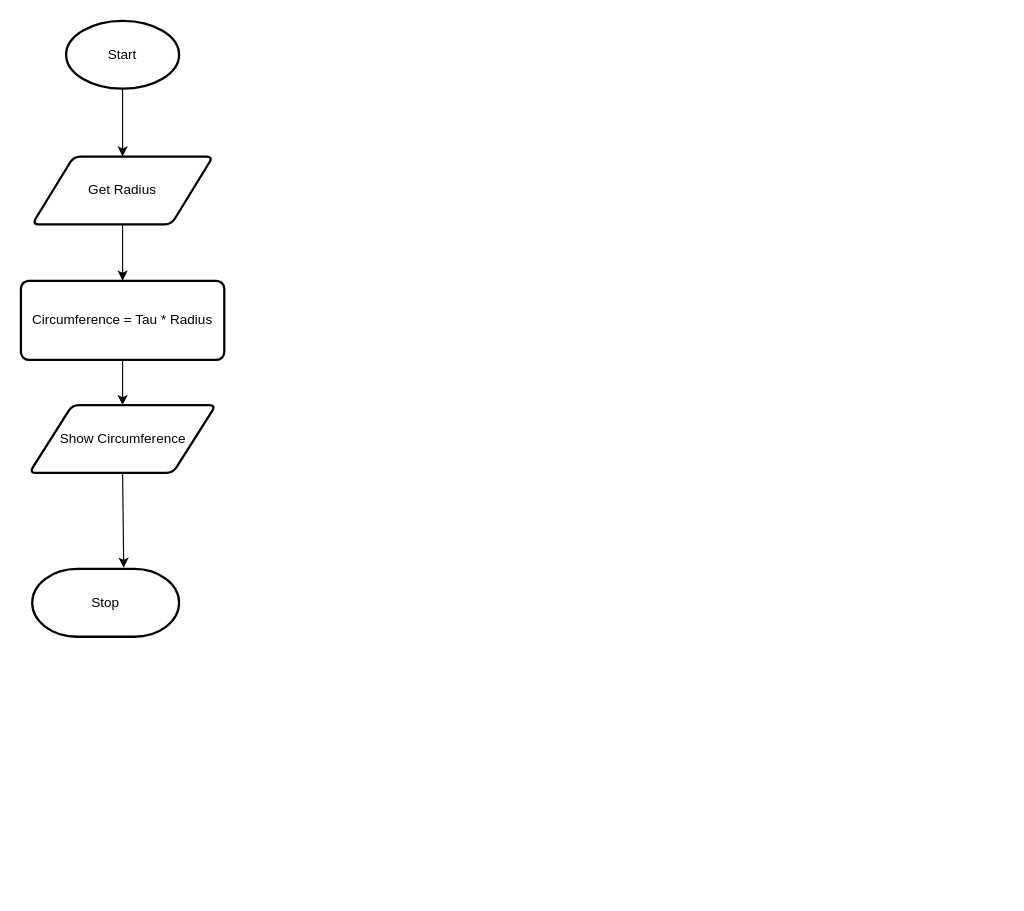
The draw.io diagram flowchart.drawio in Ethan-Prieur1/ICS3U-Unit3-04-Python, before the edit. Source tidied: cells renumbered, new cells numbered last; positions are measured from the earlier drawing's top-left corner, leaving out a move shared by most shapes. Both pictures are drawn from the tidied source at 113%, with x=0, y=0 at pixel (20, 20).
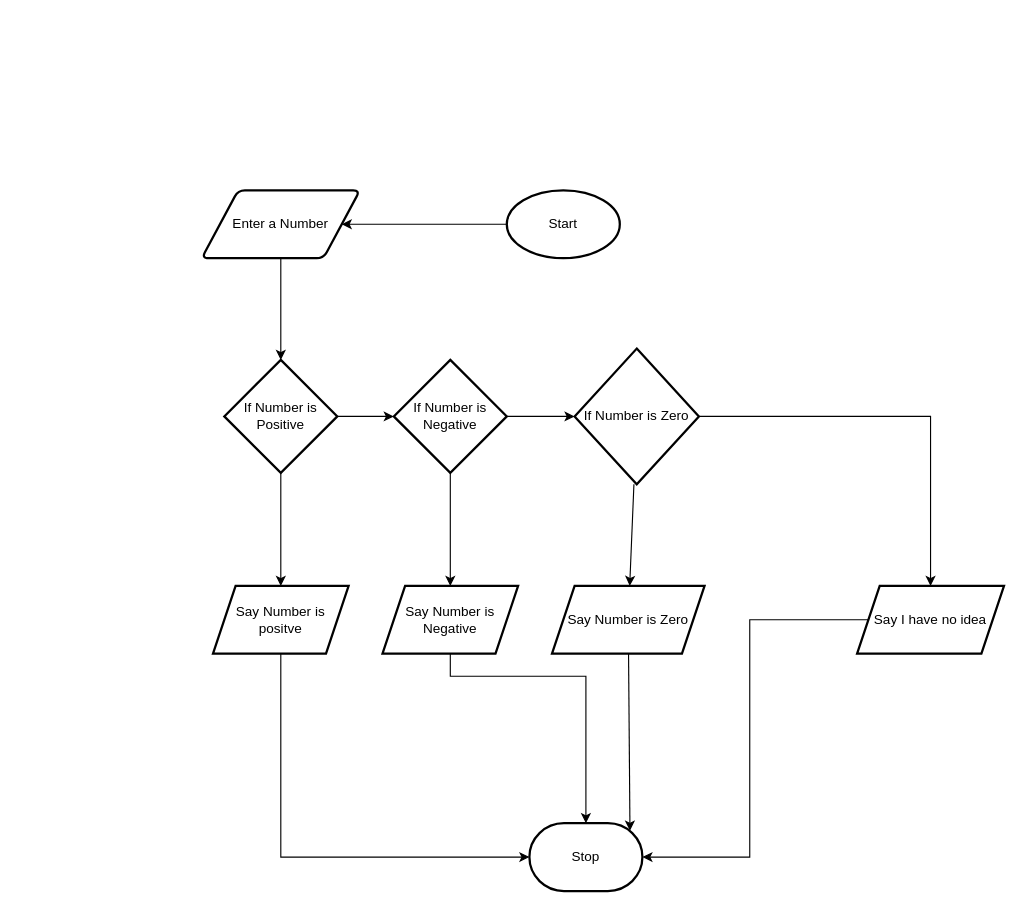
The same page after the edit.

The edit, as a diff of the source:
```diff
@@
-    <mxCell id="2" style="edgeStyle=none;html=1;exitX=0.5;exitY=1;exitDx=0;exitDy=0;exitPerimeter=0;entryX=0.5;entryY=0;entryDx=0;entryDy=0;" parent="1" edge="1" source="3" target="5">
-      <mxGeometry relative="1" as="geometry" />
-    </mxCell>
+    <mxCell id="11" style="edgeStyle=none;html=1;" parent="1" edge="1" source="3" target="8">
+      <mxGeometry relative="1" as="geometry" />
+    </mxCell>
     <mxCell id="3" value="Start" style="strokeWidth=2;html=1;shape=mxgraph.flowchart.start_1;whiteSpace=wrap;" parent="1" vertex="1">
-      <mxGeometry x="40" width="100" height="60" as="geometry" />
+      <mxGeometry x="430" y="150" width="100" height="60" as="geometry" />
     </mxCell>
-    <mxCell id="4" style="edgeStyle=none;html=1;exitX=0.5;exitY=1;exitDx=0;exitDy=0;entryX=0.5;entryY=0;entryDx=0;entryDy=0;" parent="1" edge="1" source="5" target="7">
-      <mxGeometry relative="1" as="geometry" />
-    </mxCell>
-    <mxCell id="5" value="Get Radius" style="shape=parallelogram;html=1;strokeWidth=2;perimeter=parallelogramPerimeter;whiteSpace=wrap;rounded=1;arcSize=12;size=0.23;" parent="1" vertex="1">
-      <mxGeometry x="10" y="120" width="160" height="60" as="geometry" />
-    </mxCell>
-    <mxCell id="6" style="edgeStyle=none;html=1;exitX=0.5;exitY=1;exitDx=0;exitDy=0;entryX=0.5;entryY=0;entryDx=0;entryDy=0;" parent="1" edge="1" source="7" target="9">
-      <mxGeometry relative="1" as="geometry" />
-    </mxCell>
-    <mxCell id="7" value="Circumference = Tau * Radius" style="rounded=1;whiteSpace=wrap;html=1;absoluteArcSize=1;arcSize=14;strokeWidth=2;" parent="1" vertex="1">
-      <mxGeometry y="230" width="180" height="70" as="geometry" />
-    </mxCell>
+    <mxCell id="12" style="edgeStyle=none;html=1;" parent="1" edge="1" source="8" target="15">
+      <mxGeometry relative="1" as="geometry" />
+    </mxCell>
-    <mxCell id="8" style="edgeStyle=none;html=1;exitX=0.5;exitY=1;exitDx=0;exitDy=0;entryX=0.623;entryY=-0.017;entryDx=0;entryDy=0;entryPerimeter=0;" parent="1" edge="1" source="9" target="10">
-      <mxGeometry relative="1" as="geometry" />
+    <mxCell id="8" value="Enter a Number" style="shape=parallelogram;html=1;strokeWidth=2;perimeter=parallelogramPerimeter;whiteSpace=wrap;rounded=1;arcSize=12;size=0.23;" parent="1" vertex="1">
+      <mxGeometry x="160" y="150" width="140" height="60" as="geometry" />
     </mxCell>
-    <mxCell id="9" value="Show Circumference" style="shape=parallelogram;html=1;strokeWidth=2;perimeter=parallelogramPerimeter;whiteSpace=wrap;rounded=1;arcSize=12;size=0.23;" parent="1" vertex="1">
-      <mxGeometry x="7.5" y="340" width="165" height="60" as="geometry" />
-    </mxCell>
+    <mxCell id="13" style="edgeStyle=none;html=1;" parent="1" edge="1" source="15" target="18">
+      <mxGeometry relative="1" as="geometry" />
+    </mxCell>
+    <mxCell id="14" style="edgeStyle=none;html=1;" parent="1" edge="1" source="15" target="22">
+      <mxGeometry relative="1" as="geometry" />
+    </mxCell>
+    <mxCell id="15" value="If Number is Positive" style="strokeWidth=2;html=1;shape=mxgraph.flowchart.decision;whiteSpace=wrap;" parent="1" vertex="1">
+      <mxGeometry x="180" y="300" width="100" height="100" as="geometry" />
+    </mxCell>
+    <mxCell id="16" style="edgeStyle=none;html=1;" parent="1" edge="1" source="18" target="21">
+      <mxGeometry relative="1" as="geometry" />
+    </mxCell>
+    <mxCell id="17" style="edgeStyle=none;html=1;" parent="1" edge="1" source="18" target="24">
+      <mxGeometry relative="1" as="geometry" />
+    </mxCell>
+    <mxCell id="18" value="If Number is Negative" style="strokeWidth=2;html=1;shape=mxgraph.flowchart.decision;whiteSpace=wrap;" parent="1" vertex="1">
+      <mxGeometry x="330" y="300" width="100" height="100" as="geometry" />
+    </mxCell>
+    <mxCell id="19" style="edgeStyle=none;html=1;" parent="1" edge="1" source="21" target="26">
+      <mxGeometry relative="1" as="geometry" />
+    </mxCell>
+    <mxCell id="20" style="edgeStyle=none;html=1;rounded=0;" parent="1" edge="1" source="21" target="28">
+      <mxGeometry relative="1" as="geometry">
+        <Array as="points">
+          <mxPoint x="600" y="350" />
+          <mxPoint x="805" y="350" />
+        </Array>
+      </mxGeometry>
+    </mxCell>
+    <mxCell id="21" value="If Number is Zero" style="strokeWidth=2;html=1;shape=mxgraph.flowchart.decision;whiteSpace=wrap;" parent="1" vertex="1">
+      <mxGeometry x="490" y="290" width="110" height="120" as="geometry" />
+    </mxCell>
+    <mxCell id="22" value="Say Number is positve" style="shape=parallelogram;perimeter=parallelogramPerimeter;whiteSpace=wrap;html=1;fixedSize=1;strokeWidth=2;" parent="1" vertex="1">
+      <mxGeometry x="170" y="500" width="120" height="60" as="geometry" />
+    </mxCell>
+    <mxCell id="23" style="edgeStyle=orthogonalEdgeStyle;rounded=0;html=1;entryX=0.5;entryY=0;entryDx=0;entryDy=0;entryPerimeter=0;" parent="1" edge="1" source="24" target="10">
+      <mxGeometry relative="1" as="geometry">
+        <Array as="points">
+          <mxPoint x="380" y="580" />
+          <mxPoint x="500" y="580" />
+        </Array>
+      </mxGeometry>
+    </mxCell>
+    <mxCell id="24" value="Say Number is Negative" style="shape=parallelogram;perimeter=parallelogramPerimeter;whiteSpace=wrap;html=1;fixedSize=1;strokeWidth=2;" parent="1" vertex="1">
+      <mxGeometry x="320" y="500" width="120" height="60" as="geometry" />
+    </mxCell>
+    <mxCell id="25" style="edgeStyle=none;rounded=0;html=1;entryX=0.89;entryY=0.11;entryDx=0;entryDy=0;entryPerimeter=0;" parent="1" edge="1" source="26" target="10">
+      <mxGeometry relative="1" as="geometry" />
+    </mxCell>
+    <mxCell id="26" value="Say Number is Zero" style="shape=parallelogram;perimeter=parallelogramPerimeter;whiteSpace=wrap;html=1;fixedSize=1;strokeWidth=2;" parent="1" vertex="1">
+      <mxGeometry x="470" y="500" width="135" height="60" as="geometry" />
+    </mxCell>
+    <mxCell id="27" style="edgeStyle=orthogonalEdgeStyle;rounded=0;html=1;entryX=1;entryY=0.5;entryDx=0;entryDy=0;entryPerimeter=0;" parent="1" edge="1" source="28" target="10">
+      <mxGeometry relative="1" as="geometry" />
+    </mxCell>
+    <mxCell id="28" value="Say I have no idea" style="shape=parallelogram;perimeter=parallelogramPerimeter;whiteSpace=wrap;html=1;fixedSize=1;strokeWidth=2;" parent="1" vertex="1">
+      <mxGeometry x="740" y="500" width="130" height="60" as="geometry" />
+    </mxCell>
     <mxCell id="10" value="Stop" style="strokeWidth=2;html=1;shape=mxgraph.flowchart.terminator;whiteSpace=wrap;" parent="1" vertex="1">
-      <mxGeometry x="10" y="485" width="130" height="60" as="geometry" />
+      <mxGeometry x="450" y="710" width="100" height="60" as="geometry" />
     </mxCell>
+    <mxCell id="29" style="endArrow=classic;html=1;rounded=0;exitX=0.5;exitY=1;exitDx=0;exitDy=0;entryX=0;entryY=0.5;entryDx=0;entryDy=0;entryPerimeter=0;edgeStyle=orthogonalEdgeStyle;" parent="1" edge="1" source="22" target="10">
+      <mxGeometry relative="1" as="geometry" />
+    </mxCell>
```
